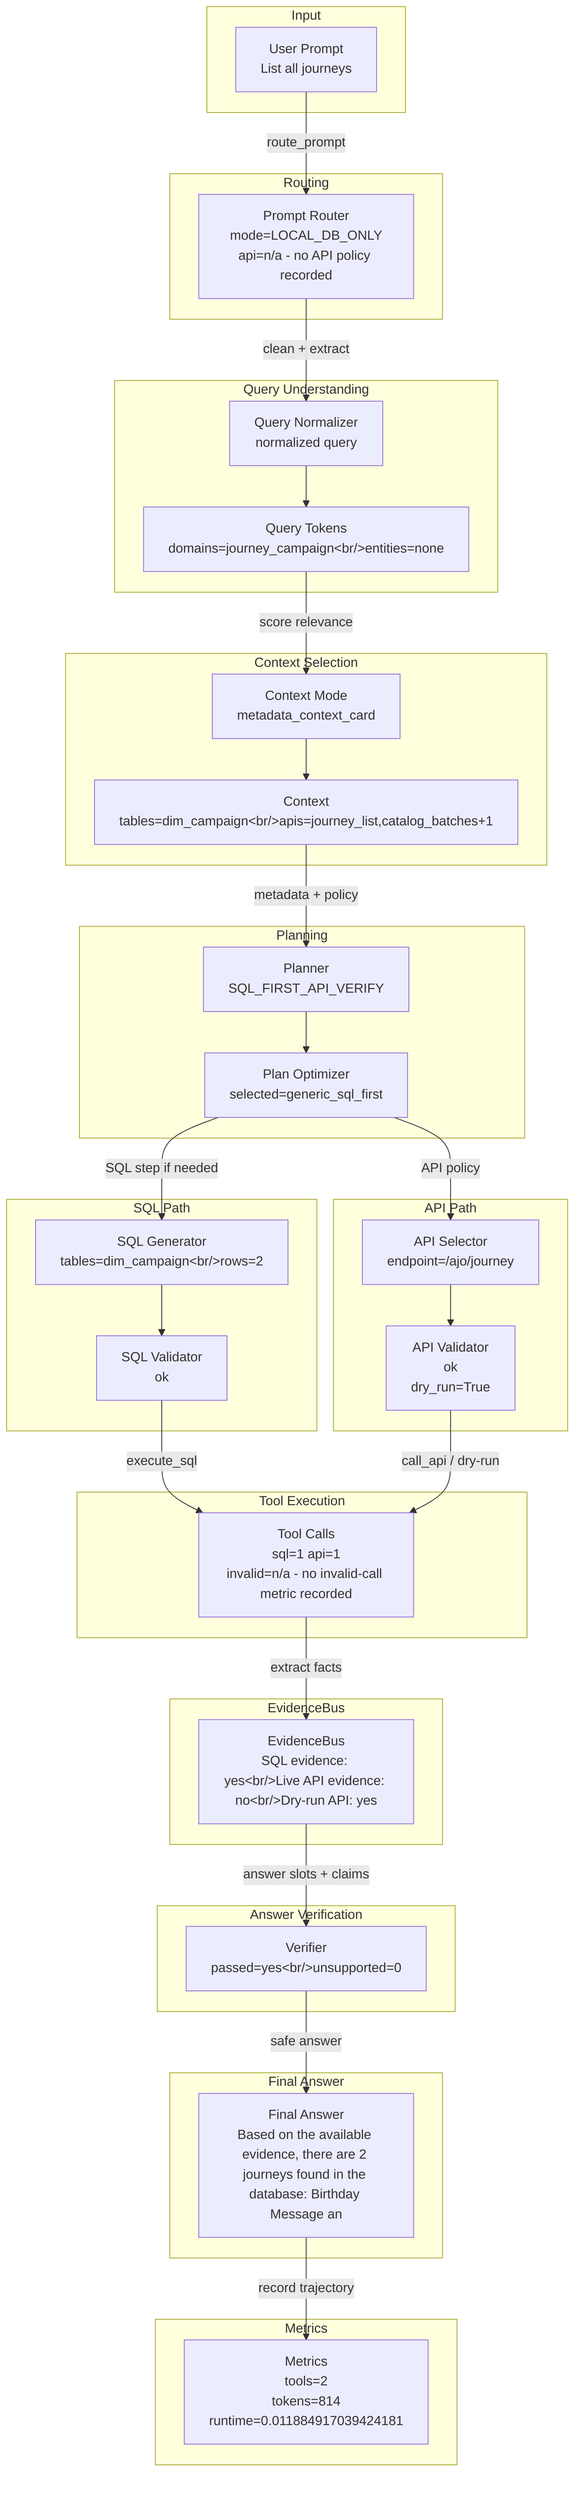
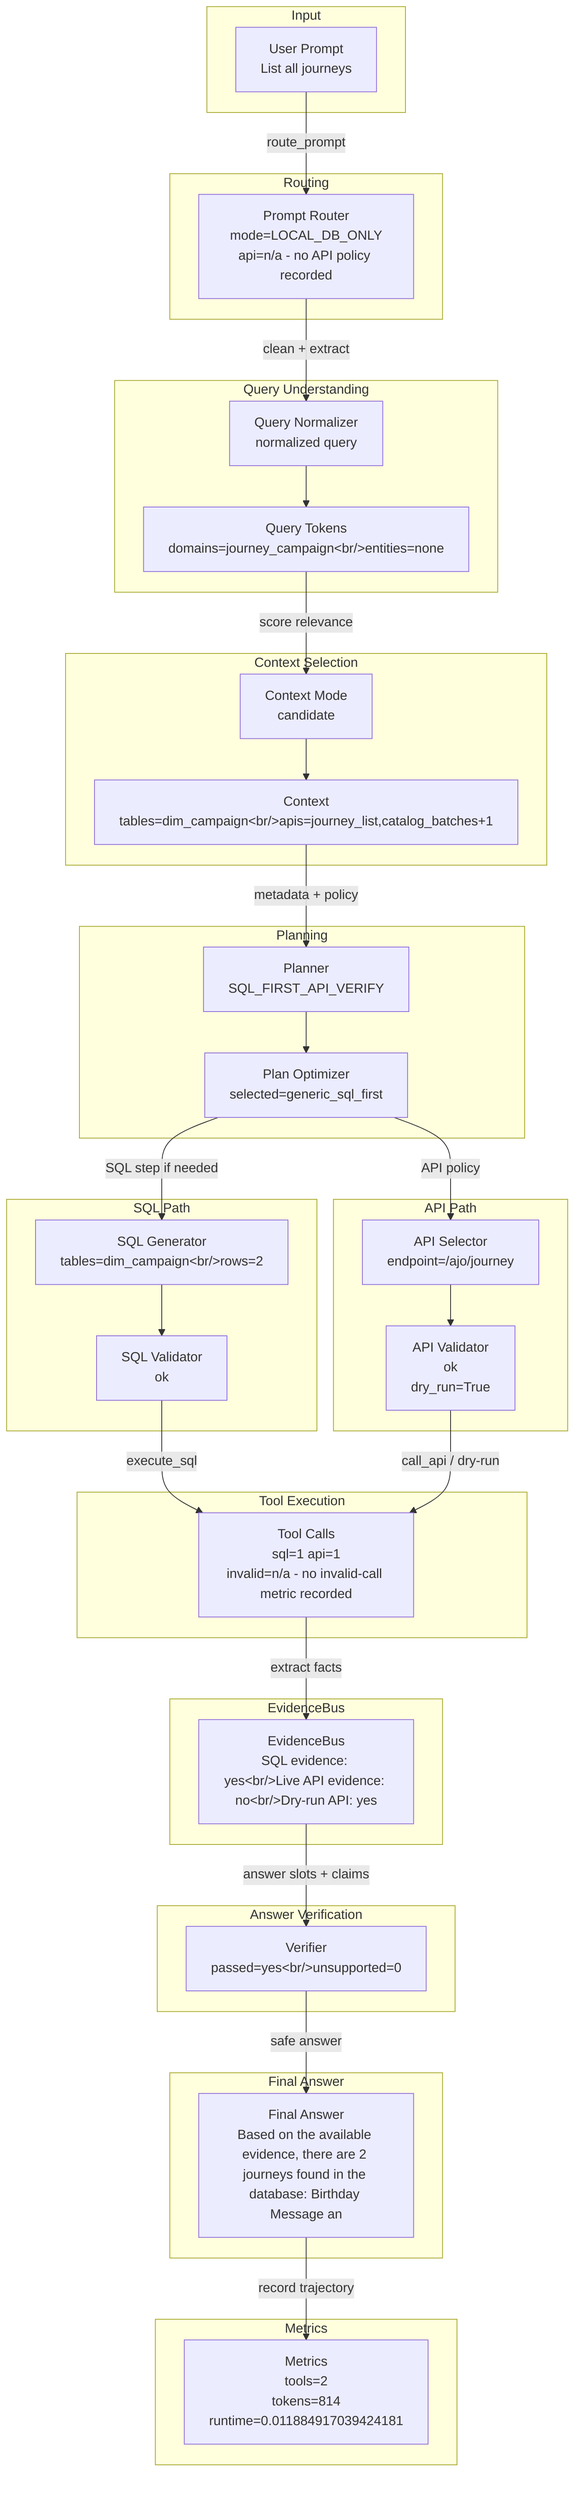
flowchart TD
  subgraph Input
    input_prompt["User Prompt<br/>List all journeys"]
  end
  subgraph Routing
    router["Prompt Router<br/>mode=LOCAL_DB_ONLY<br/>api=n/a - no API policy recorded"]
    input_prompt -->|route_prompt| router
  end
  subgraph QueryUnderstanding["Query Understanding"]
    normalizer["Query Normalizer<br/>normalized query"]
    tokens["Query Tokens<br/>domains=journey_campaign&lt;br/&gt;entities=none"]
    router -->|clean + extract| normalizer --> tokens
  end
  subgraph ContextSelection["Context Selection"]
-     context["Context Mode<br/>metadata_context_card"]
+     context["Context Mode<br/>candidate"]
    candidates["Context<br/>tables=dim_campaign&lt;br/&gt;apis=journey_list,catalog_batches+1"]
    tokens -->|score relevance| context --> candidates
  end
  subgraph Planning
    planner["Planner<br/>SQL_FIRST_API_VERIFY"]
    optimizer["Plan Optimizer<br/>selected=generic_sql_first"]
    candidates -->|metadata + policy| planner --> optimizer
  end
  subgraph SQLPath["SQL Path"]
    sqlgen["SQL Generator<br/>tables=dim_campaign&lt;br/&gt;rows=2"]
    sqlval["SQL Validator<br/>ok"]
    optimizer -->|SQL step if needed| sqlgen --> sqlval
  end
  subgraph APIPath["API Path"]
    apisel["API Selector<br/>endpoint=/ajo/journey"]
    apival["API Validator<br/>ok<br/>dry_run=True"]
    optimizer -->|API policy| apisel --> apival
  end
  subgraph ToolExecution["Tool Execution"]
    tools["Tool Calls<br/>sql=1 api=1<br/>invalid=n/a - no invalid-call metric recorded"]
    sqlval -->|execute_sql| tools
    apival -->|call_api / dry-run| tools
  end
  subgraph EvidenceBus
    evidence["EvidenceBus<br/>SQL evidence: yes&lt;br/&gt;Live API evidence: no&lt;br/&gt;Dry-run API: yes"]
    tools -->|extract facts| evidence
  end
  subgraph AnswerVerification["Answer Verification"]
    verifier["Verifier<br/>passed=yes&lt;br/&gt;unsupported=0"]
    evidence -->|answer slots + claims| verifier
  end
  subgraph FinalAnswer["Final Answer"]
    answer["Final Answer<br/>Based on the available evidence, there are 2 journeys found in the database: Birthday Message an"]
    verifier -->|safe answer| answer
  end
  subgraph Metrics
    metrics["Metrics<br/>tools=2<br/>tokens=814<br/>runtime=0.011884917039424181"]
    answer -->|record trajectory| metrics
  end
